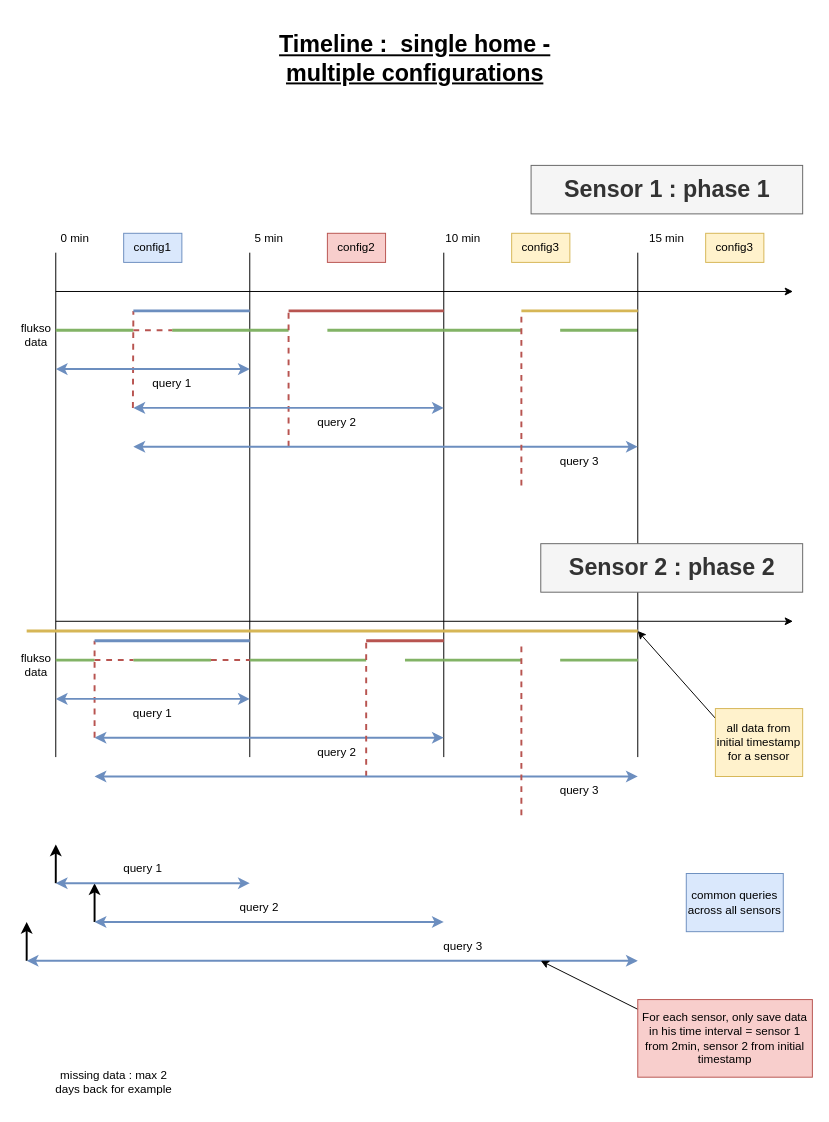
Above: page "timeline_config" (11 of 12) of documentation/documentation_diagrams.drawio in AlexandreHnf/Voisin-d-energie-ULB (draw.io), before the change. Source tidied: cells renumbered, new cells numbered last; positions are measured from the earlier drawing's top-left corner, leaving out a move shared by most shapes. Both pictures are drawn from the tidied source at 97%, with x=0, y=0 at pixel (16, 39).
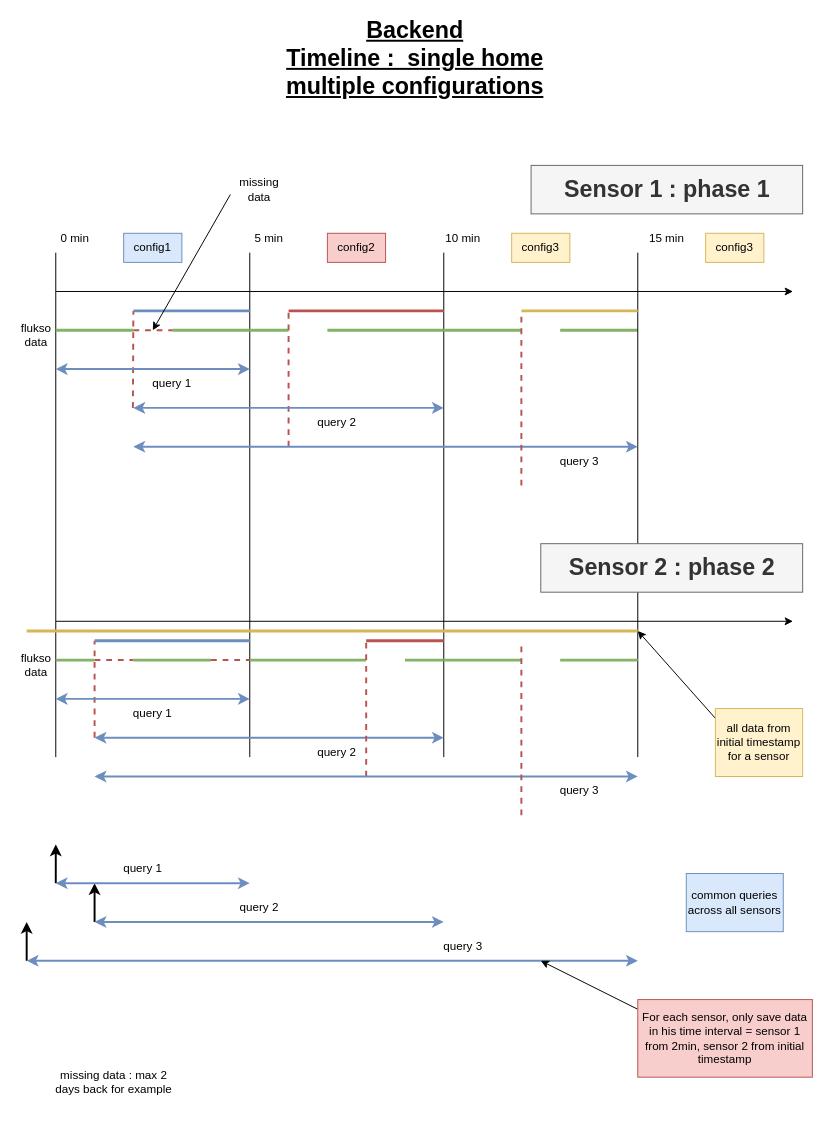
The same diagram, later.

Commit message (it also covers changes not shown here):
doc : update timeline doc (raw, config & recompute

The edit, as a diff of the source:
```diff
@@
-    <mxCell id="20" value="&lt;div&gt;Timeline :&amp;nbsp; single home - &lt;br&gt;&lt;/div&gt;&lt;div&gt;multiple configurations&lt;br&gt;&lt;/div&gt;" style="text;strokeColor=none;fillColor=none;html=1;fontSize=24;fontStyle=5;verticalAlign=middle;align=center;" parent="1" vertex="1">
+    <mxCell id="20" value="Backend&lt;br&gt;&lt;div&gt;Timeline :&amp;nbsp; single home &lt;br&gt;&lt;/div&gt;&lt;div&gt;multiple configurations&lt;br&gt;&lt;/div&gt;" style="text;strokeColor=none;fillColor=none;html=1;fontSize=24;fontStyle=5;verticalAlign=middle;align=center;" parent="1" vertex="1">
       <mxGeometry x="280" width="260" height="40" as="geometry" />
     </mxCell>
@@
+    <mxCell id="75" style="endArrow=classic;html=1;rounded=0;" parent="1" edge="1">
+      <mxGeometry relative="1" as="geometry">
+        <mxPoint x="220" y="160" as="sourcePoint" />
+        <mxPoint x="140" y="300" as="targetPoint" />
+      </mxGeometry>
+    </mxCell>
+    <mxCell id="76" value="missing data" style="text;html=1;strokeColor=none;fillColor=none;align=center;verticalAlign=middle;whiteSpace=wrap;rounded=0;" parent="1" vertex="1">
+      <mxGeometry x="220" y="140" width="60" height="30" as="geometry" />
+    </mxCell>
```
